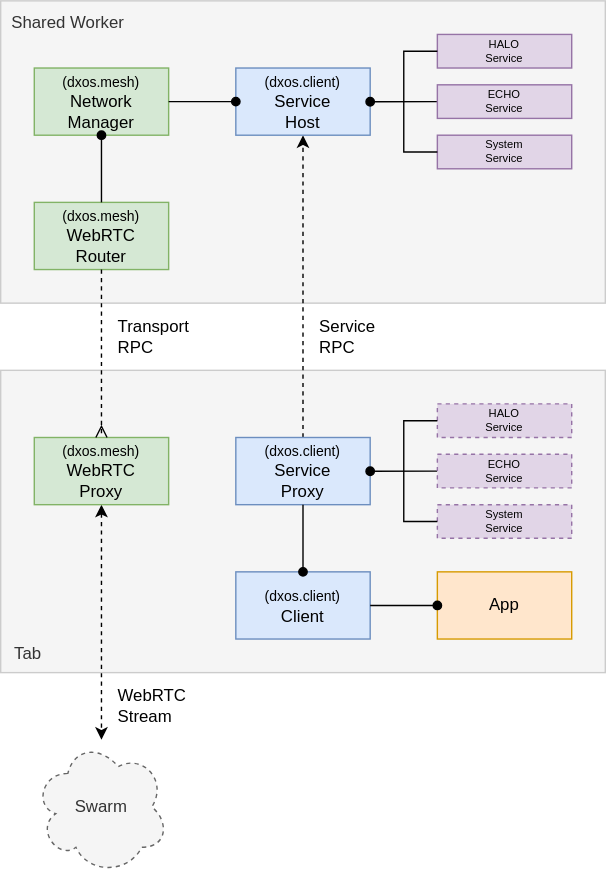
Earlier version of the draw.io export docs/design/diagrams/client-webrtc-router.drawio.svg (dxos/dxos). Source tidied: cells renumbered, new cells last; positions are measured from the earlier drawing's top-left corner, leaving out a move shared by most shapes.
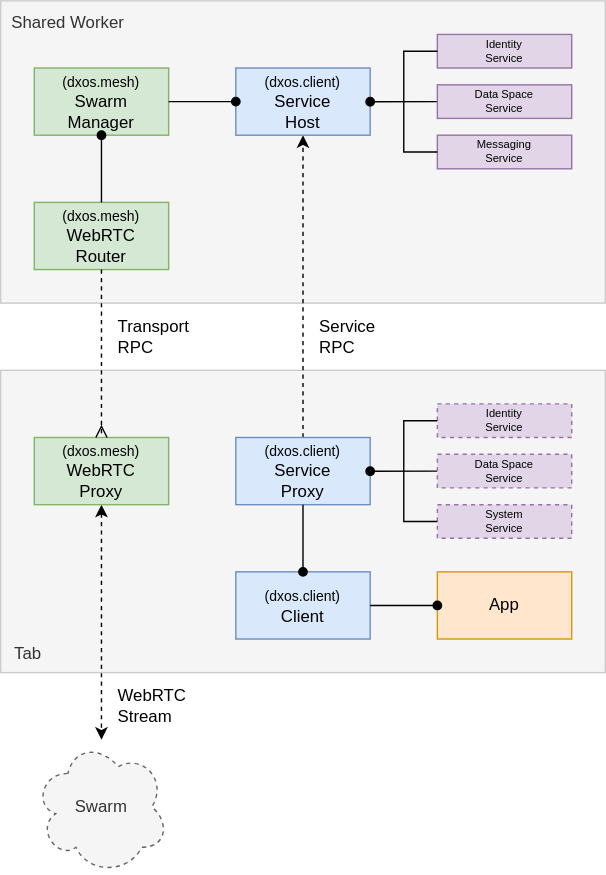
Above is the later version.

What changed in the source:
```diff
@@ -50,7 +50,7 @@
     <mxCell id="17" value="Service&lt;br&gt;RPC" style="rounded=0;whiteSpace=wrap;html=1;dashed=1;align=left;spacingLeft=10;strokeColor=none;fillColor=none;" parent="1" vertex="1">
       <mxGeometry x="216" y="216" width="96" height="48" as="geometry" />
     </mxCell>
-    <mxCell id="18" value="&lt;font style=&quot;font-size: 10px&quot;&gt;(dxos.mesh)&lt;br&gt;&lt;/font&gt;Network&lt;br&gt;Manager" style="rounded=0;whiteSpace=wrap;html=1;fillColor=#d5e8d4;strokeColor=#82b366;" parent="1" vertex="1">
+    <mxCell id="18" value="&lt;font style=&quot;font-size: 10px&quot;&gt;(dxos.mesh)&lt;br&gt;&lt;/font&gt;Swarm&lt;br&gt;Manager" style="rounded=0;whiteSpace=wrap;html=1;fillColor=#d5e8d4;strokeColor=#82b366;" parent="1" vertex="1">
       <mxGeometry x="24" y="48" width="96" height="48" as="geometry" />
     </mxCell>
     <mxCell id="19" style="edgeStyle=none;html=1;exitX=0.5;exitY=1;exitDx=0;exitDy=0;entryX=0.5;entryY=0;entryDx=0;entryDy=0;endArrow=none;endFill=0;startArrow=oval;startFill=1;" parent="1" edge="1" source="18" target="6">
@@ -65,7 +65,7 @@
     <mxCell id="22" style="group;" parent="1" vertex="1">
       <mxGeometry x="264" y="24" width="144" height="96" as="geometry" />
     </mxCell>
-    <mxCell id="23" value="HALO&lt;br style=&quot;font-size: 8px&quot;&gt;Service" style="rounded=0;whiteSpace=wrap;html=1;fontSize=8;fillColor=#e1d5e7;strokeColor=#9673a6;" parent="22" vertex="1">
+    <mxCell id="23" value="Identity&lt;br style=&quot;font-size: 8px&quot;&gt;Service" style="rounded=0;whiteSpace=wrap;html=1;fontSize=8;fillColor=#e1d5e7;strokeColor=#9673a6;" parent="22" vertex="1">
       <mxGeometry x="48" width="96" height="24" as="geometry" />
     </mxCell>
     <mxCell id="24" style="edgeStyle=none;rounded=0;html=1;exitX=0;exitY=0.5;exitDx=0;exitDy=0;startArrow=none;startFill=0;endArrow=oval;endFill=1;" parent="22" edge="1" source="25">
@@ -73,10 +73,10 @@
         <mxPoint y="48.1" as="targetPoint" />
       </mxGeometry>
     </mxCell>
-    <mxCell id="25" value="ECHO&lt;br style=&quot;font-size: 8px&quot;&gt;Service" style="rounded=0;whiteSpace=wrap;html=1;fontSize=8;fillColor=#e1d5e7;strokeColor=#9673a6;" parent="22" vertex="1">
+    <mxCell id="25" value="Data Space&lt;br style=&quot;font-size: 8px&quot;&gt;Service" style="rounded=0;whiteSpace=wrap;html=1;fontSize=8;fillColor=#e1d5e7;strokeColor=#9673a6;" parent="22" vertex="1">
       <mxGeometry x="48" y="36" width="96" height="24" as="geometry" />
     </mxCell>
-    <mxCell id="26" value="System&lt;br style=&quot;font-size: 8px&quot;&gt;Service" style="rounded=0;whiteSpace=wrap;html=1;fontSize=8;fillColor=#e1d5e7;strokeColor=#9673a6;" parent="22" vertex="1">
+    <mxCell id="26" value="Messaging&lt;br style=&quot;font-size: 8px&quot;&gt;Service" style="rounded=0;whiteSpace=wrap;html=1;fontSize=8;fillColor=#e1d5e7;strokeColor=#9673a6;" parent="22" vertex="1">
       <mxGeometry x="48" y="72" width="96" height="24" as="geometry" />
     </mxCell>
     <mxCell id="27" style="edgeStyle=none;html=1;exitX=0;exitY=0.5;exitDx=0;exitDy=0;entryX=0;entryY=0.5;entryDx=0;entryDy=0;startArrow=none;startFill=0;endArrow=none;endFill=0;rounded=0;" parent="22" edge="1" source="23" target="26">
@@ -90,7 +90,7 @@
     <mxCell id="28" style="group;" parent="1" vertex="1">
       <mxGeometry x="264" y="288" width="144" height="96" as="geometry" />
     </mxCell>
-    <mxCell id="29" value="HALO&lt;br style=&quot;font-size: 8px&quot;&gt;Service" style="rounded=0;whiteSpace=wrap;html=1;fontSize=8;fillColor=#e1d5e7;strokeColor=#9673a6;dashed=1;" parent="28" vertex="1">
+    <mxCell id="29" value="Identity&lt;br style=&quot;font-size: 8px&quot;&gt;Service" style="rounded=0;whiteSpace=wrap;html=1;fontSize=8;fillColor=#e1d5e7;strokeColor=#9673a6;dashed=1;" parent="28" vertex="1">
       <mxGeometry x="48" width="96" height="24" as="geometry" />
     </mxCell>
     <mxCell id="30" style="edgeStyle=none;rounded=0;html=1;exitX=0;exitY=0.5;exitDx=0;exitDy=0;startArrow=none;startFill=0;endArrow=oval;endFill=1;" parent="28" edge="1" source="31">
@@ -98,7 +98,7 @@
         <mxPoint y="48.1" as="targetPoint" />
       </mxGeometry>
     </mxCell>
-    <mxCell id="31" value="ECHO&lt;br style=&quot;font-size: 8px&quot;&gt;Service" style="rounded=0;whiteSpace=wrap;html=1;fontSize=8;fillColor=#e1d5e7;strokeColor=#9673a6;dashed=1;" parent="28" vertex="1">
+    <mxCell id="31" value="Data Space&lt;br style=&quot;font-size: 8px&quot;&gt;Service" style="rounded=0;whiteSpace=wrap;html=1;fontSize=8;fillColor=#e1d5e7;strokeColor=#9673a6;dashed=1;" parent="28" vertex="1">
       <mxGeometry x="48" y="36" width="96" height="24" as="geometry" />
     </mxCell>
     <mxCell id="32" value="System&lt;br style=&quot;font-size: 8px&quot;&gt;Service" style="rounded=0;whiteSpace=wrap;html=1;fontSize=8;fillColor=#e1d5e7;strokeColor=#9673a6;dashed=1;" parent="28" vertex="1">
```
